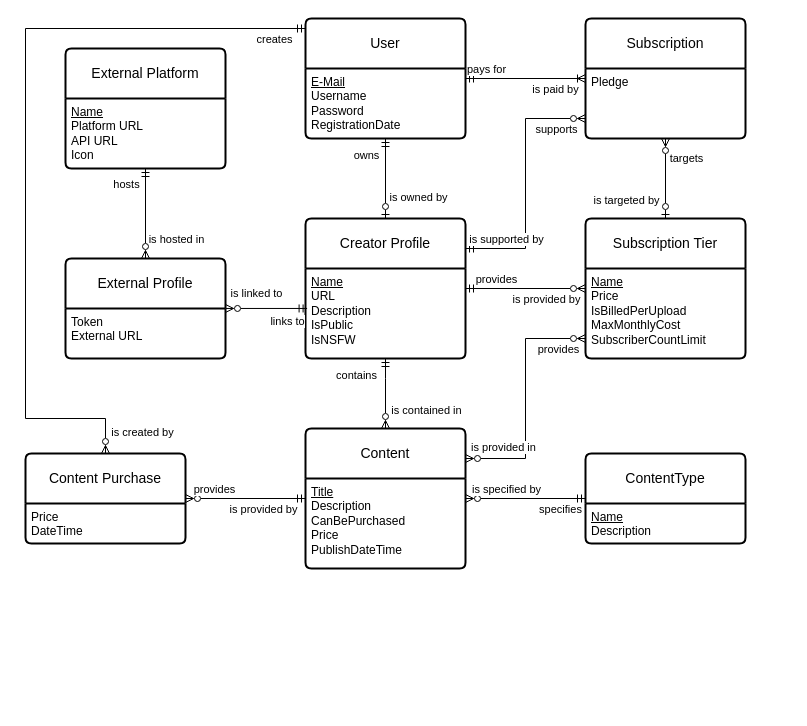
pkyurkchiev/software-modeling-and-analysis-se-pt keeps this draw.io diagram as page "Logical model (Crow's foot notation)" (2 of 2) of course-work/Implementations/Patreon/models/Patreon.drawio.xml. Above is the earlier version. Source tidied: cells renumbered, new cells numbered last; positions are measured from the earlier drawing's top-left corner, leaving out a move shared by most shapes. Both pictures are drawn from the tidied source at 100%, with x=0, y=0 at pixel (25, 18).
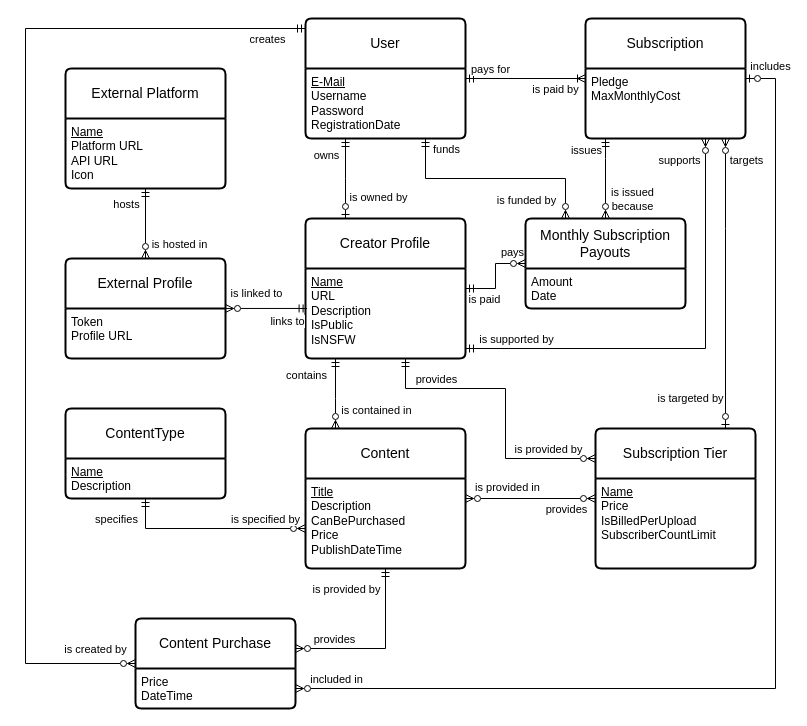
The same diagram, later.

Unchanged cells that the change refers to:
```xml
<mxCell id="2" value="&lt;div&gt;User&lt;/div&gt;" style="swimlane;horizontal=1;startSize=50;rounded=1;fontSize=14;fontStyle=0;strokeWidth=2;shadow=0;dashed=0;align=center;arcSize=4;whiteSpace=wrap;html=1;rotation=0;" parent="1" vertex="1">
  <mxGeometry x="280" width="160" height="120" as="geometry" />
</mxCell>
<mxCell id="3" value="&lt;u&gt;E-Mail&lt;/u&gt;&lt;br&gt;Username&lt;br&gt;&lt;div&gt;Password&lt;/div&gt;&lt;div&gt;RegistrationDate&lt;br&gt;&lt;/div&gt;" style="align=left;strokeColor=none;fillColor=none;spacingLeft=4;fontSize=12;verticalAlign=top;html=1;rotation=0;" parent="2" vertex="1">
  <mxGeometry y="50" width="160" height="70" as="geometry" />
</mxCell>
<mxCell id="4" value="Creator Profile" style="swimlane;horizontal=1;startSize=50;rounded=1;fontSize=14;fontStyle=0;strokeWidth=2;shadow=0;dashed=0;align=center;arcSize=4;whiteSpace=wrap;html=1;" parent="1" vertex="1">
  <mxGeometry x="280" y="200" width="160" height="140" as="geometry" />
</mxCell>
<mxCell id="11" style="edgeStyle=orthogonalEdgeStyle;rounded=0;jettySize=auto;html=1;endArrow=ERmandOne;endFill=0;startArrow=ERzeroToMany;startFill=0;" parent="1" edge="1" source="17" target="9">
  <mxGeometry relative="1" as="geometry" />
</mxCell>
<mxCell id="17" value="External Profile" style="swimlane;horizontal=1;startSize=50;rounded=1;fontSize=14;fontStyle=0;strokeWidth=2;shadow=0;dashed=0;align=center;arcSize=4;whiteSpace=wrap;html=1;" parent="1" vertex="1">
  <mxGeometry x="40" y="240" width="160" height="100" as="geometry" />
</mxCell>
<mxCell id="27" value="Content" style="swimlane;horizontal=1;startSize=50;rounded=1;fontSize=14;fontStyle=0;strokeWidth=2;shadow=0;dashed=0;align=center;arcSize=4;whiteSpace=wrap;html=1;" parent="1" vertex="1">
  <mxGeometry x="280" y="410" width="160" height="140" as="geometry" />
</mxCell>
<mxCell id="37" style="edgeStyle=orthogonalEdgeStyle;rounded=0;jettySize=auto;html=1;endArrow=ERmandOne;endFill=0;startArrow=ERoneToMany;startFill=0;" parent="1" edge="1" source="40" target="2">
  <mxGeometry relative="1" as="geometry" />
</mxCell>
<mxCell id="40" value="Subscription" style="swimlane;horizontal=1;startSize=50;rounded=1;fontSize=14;fontStyle=0;strokeWidth=2;shadow=0;dashed=0;align=center;arcSize=4;whiteSpace=wrap;html=1;" parent="1" vertex="1">
  <mxGeometry x="560" width="160" height="120" as="geometry" />
</mxCell>
```

Change to the diagram source:
```diff
@@
+    <mxCell id="56" style="edgeStyle=orthogonalEdgeStyle;rounded=0;jettySize=auto;html=1;startArrow=ERmandOne;startFill=0;endArrow=ERzeroToMany;endFill=0;" parent="1" edge="1" source="2" target="65">
+      <mxGeometry relative="1" as="geometry">
+        <Array as="points">
+          <mxPoint x="400" y="160" />
+          <mxPoint x="540" y="160" />
+        </Array>
+      </mxGeometry>
+    </mxCell>
+    <mxCell id="57" value="funds" style="edgeLabel;html=1;align=center;verticalAlign=middle;" parent="56" vertex="1">
+      <mxGeometry x="-0.91" relative="1" as="geometry">
+        <mxPoint x="20" as="offset" />
+      </mxGeometry>
+    </mxCell>
+    <mxCell id="58" value="is funded by" style="edgeLabel;html=1;align=center;verticalAlign=middle;" parent="56" vertex="1">
+      <mxGeometry x="0.76" y="1" relative="1" as="geometry">
+        <mxPoint x="-41" y="7" as="offset" />
+      </mxGeometry>
+    </mxCell>
@@
-    <mxCell id="6" style="edgeStyle=orthogonalEdgeStyle;rounded=0;jettySize=auto;html=1;entryX=0.5;entryY=0;entryDx=0;entryDy=0;endArrow=ERzeroToOne;endFill=0;startArrow=ERmandOne;startFill=0;exitX=0.5;exitY=1;exitDx=0;exitDy=0;" parent="1" edge="1" source="3" target="4">
-      <mxGeometry relative="1" as="geometry" />
+    <mxCell id="6" style="edgeStyle=orthogonalEdgeStyle;rounded=0;jettySize=auto;html=1;endArrow=ERzeroToOne;endFill=0;startArrow=ERmandOne;startFill=0;" parent="1" edge="1" source="2" target="4">
+      <mxGeometry relative="1" as="geometry">
+        <Array as="points">
+          <mxPoint x="320" y="160" />
+          <mxPoint x="320" y="160" />
+        </Array>
+      </mxGeometry>
     </mxCell>
@@
     <mxCell id="9" value="External Platform" style="swimlane;horizontal=1;startSize=50;rounded=1;fontSize=14;fontStyle=0;strokeWidth=2;shadow=0;dashed=0;align=center;arcSize=4;whiteSpace=wrap;html=1;" parent="1" vertex="1">
-      <mxGeometry x="40" y="30" width="160" height="120" as="geometry" />
+      <mxGeometry x="40" y="50" width="160" height="120" as="geometry" />
     </mxCell>
@@
     <mxCell id="12" value="hosts" style="edgeLabel;html=1;align=center;verticalAlign=middle;" parent="11" vertex="1">
       <mxGeometry x="0.66" relative="1" as="geometry">
-        <mxPoint x="-20" as="offset" />
+        <mxPoint x="-20" y="3" as="offset" />
       </mxGeometry>
     </mxCell>
     <mxCell id="13" value="is hosted in" style="edgeLabel;html=1;align=center;verticalAlign=middle;" parent="11" vertex="1">
       <mxGeometry x="-0.47" y="-1" relative="1" as="geometry">
-        <mxPoint x="29" y="4" as="offset" />
+        <mxPoint x="32" y="4" as="offset" />
       </mxGeometry>
     </mxCell>
@@
-    <mxCell id="18" value="&lt;div&gt;Token&lt;/div&gt;&lt;div&gt;External URL&lt;br&gt;&lt;/div&gt;" style="align=left;strokeColor=none;fillColor=none;spacingLeft=4;fontSize=12;verticalAlign=top;html=1;" parent="17" vertex="1">
+    <mxCell id="18" value="&lt;div&gt;Token&lt;/div&gt;&lt;div&gt;Profile URL&lt;br&gt;&lt;/div&gt;" style="align=left;strokeColor=none;fillColor=none;spacingLeft=4;fontSize=12;verticalAlign=top;html=1;" parent="17" vertex="1">
       <mxGeometry y="50" width="160" height="50" as="geometry" />
     </mxCell>
     <mxCell id="19" style="edgeStyle=orthogonalEdgeStyle;rounded=0;jettySize=auto;html=1;endArrow=ERmandOne;endFill=0;startArrow=ERzeroToMany;startFill=0;" parent="1" edge="1" source="22" target="4">
-      <mxGeometry relative="1" as="geometry" />
+      <mxGeometry relative="1" as="geometry">
+        <Array as="points">
+          <mxPoint x="480" y="440" />
+          <mxPoint x="480" y="370" />
+          <mxPoint x="380" y="370" />
+        </Array>
+      </mxGeometry>
     </mxCell>
     <mxCell id="20" value="provides" style="edgeLabel;html=1;align=center;verticalAlign=middle;" parent="19" vertex="1">
       <mxGeometry x="0.73" relative="1" as="geometry">
-        <mxPoint x="14" y="-10" as="offset" />
+        <mxPoint x="21" y="-10" as="offset" />
       </mxGeometry>
     </mxCell>
     <mxCell id="21" value="is provided by" style="edgeLabel;html=1;align=center;verticalAlign=middle;" parent="19" vertex="1">
       <mxGeometry x="-0.53" relative="1" as="geometry">
-        <mxPoint x="-12" y="10" as="offset" />
+        <mxPoint x="20" y="-10" as="offset" />
       </mxGeometry>
     </mxCell>
     <mxCell id="22" value="Subscription Tier" style="swimlane;horizontal=1;startSize=50;rounded=1;fontSize=14;fontStyle=0;strokeWidth=2;shadow=0;dashed=0;align=center;arcSize=4;whiteSpace=wrap;html=1;" parent="1" vertex="1">
-      <mxGeometry x="560" y="200" width="160" height="140" as="geometry" />
+      <mxGeometry x="570" y="410" width="160" height="140" as="geometry" />
     </mxCell>
-    <mxCell id="23" value="&lt;u&gt;Name&lt;/u&gt;&lt;br&gt;&lt;div&gt;Price&lt;br&gt;IsBilledPerUpload&lt;br&gt;MaxMonthlyCost&lt;/div&gt;&lt;div&gt;SubscriberCountLimit&lt;br&gt;&lt;/div&gt;" style="align=left;strokeColor=none;fillColor=none;spacingLeft=4;fontSize=12;verticalAlign=top;html=1;" parent="22" vertex="1">
+    <mxCell id="23" value="&lt;u&gt;Name&lt;/u&gt;&lt;br&gt;&lt;div&gt;Price&lt;br&gt;IsBilledPerUpload&lt;/div&gt;&lt;div&gt;SubscriberCountLimit&lt;br&gt;&lt;/div&gt;" style="align=left;strokeColor=none;fillColor=none;spacingLeft=4;fontSize=12;verticalAlign=top;html=1;" parent="22" vertex="1">
       <mxGeometry y="50" width="160" height="90" as="geometry" />
     </mxCell>
     <mxCell id="24" style="edgeStyle=orthogonalEdgeStyle;rounded=0;jettySize=auto;html=1;endArrow=ERmandOne;endFill=0;startArrow=ERzeroToMany;startFill=0;" parent="1" edge="1" source="27" target="4">
       <mxGeometry relative="1" as="geometry">
         <Array as="points">
-          <mxPoint x="360" y="360" />
-          <mxPoint x="360" y="360" />
+          <mxPoint x="310" y="380" />
+          <mxPoint x="310" y="380" />
         </Array>
       </mxGeometry>
     </mxCell>
@@
-    <mxCell id="29" style="edgeStyle=orthogonalEdgeStyle;rounded=0;jettySize=auto;html=1;endArrow=ERzeroToMany;endFill=0;startArrow=ERmandOne;startFill=0;" parent="1" edge="1" source="32" target="27">
-      <mxGeometry relative="1" as="geometry" />
+    <mxCell id="29" style="edgeStyle=orthogonalEdgeStyle;rounded=0;jettySize=auto;html=1;endArrow=ERzeroToMany;endFill=0;startArrow=ERmandOne;startFill=0;exitX=0.5;exitY=1;exitDx=0;exitDy=0;" parent="1" edge="1" source="32" target="27">
+      <mxGeometry relative="1" as="geometry">
+        <Array as="points">
+          <mxPoint x="120" y="510" />
+        </Array>
+      </mxGeometry>
     </mxCell>
     <mxCell id="30" value="is specified by" style="edgeLabel;html=1;align=center;verticalAlign=middle;" parent="29" vertex="1">
       <mxGeometry x="0.65" y="-1" relative="1" as="geometry">
-        <mxPoint x="19" y="-9" as="offset" />
+        <mxPoint x="-8" y="-11" as="offset" />
       </mxGeometry>
     </mxCell>
     <mxCell id="31" value="specifies" style="edgeLabel;html=1;align=center;verticalAlign=middle;" parent="29" vertex="1">
       <mxGeometry x="-0.65" y="1" relative="1" as="geometry">
-        <mxPoint x="-5" y="9" as="offset" />
+        <mxPoint x="-33" y="-9" as="offset" />
       </mxGeometry>
     </mxCell>
     <mxCell id="32" value="ContentType" style="swimlane;horizontal=1;startSize=50;rounded=1;fontSize=14;fontStyle=0;strokeWidth=2;shadow=0;dashed=0;align=center;arcSize=4;whiteSpace=wrap;html=1;" parent="1" vertex="1">
-      <mxGeometry x="560" y="435" width="160" height="90" as="geometry" />
+      <mxGeometry x="40" y="390" width="160" height="90" as="geometry" />
     </mxCell>
@@
     <mxCell id="34" style="edgeStyle=orthogonalEdgeStyle;rounded=0;jettySize=auto;html=1;endArrow=ERzeroToMany;endFill=0;startArrow=ERzeroToMany;startFill=0;" parent="1" edge="1" source="22" target="27">
-      <mxGeometry relative="1" as="geometry">
-        <Array as="points">
-          <mxPoint x="500" y="320" />
-          <mxPoint x="500" y="440" />
-        </Array>
-      </mxGeometry>
+      <mxGeometry relative="1" as="geometry" />
     </mxCell>
     <mxCell id="35" value="is provided in" style="edgeLabel;html=1;align=center;verticalAlign=middle;" parent="34" vertex="1">
       <mxGeometry x="0.73" y="1" relative="1" as="geometry">
-        <mxPoint x="5" y="-13" as="offset" />
+        <mxPoint x="23" y="-13" as="offset" />
       </mxGeometry>
     </mxCell>
     <mxCell id="36" value="provides" style="edgeLabel;html=1;align=center;verticalAlign=middle;" parent="34" vertex="1">
       <mxGeometry x="-0.86" y="1" relative="1" as="geometry">
-        <mxPoint x="-11" y="9" as="offset" />
+        <mxPoint x="-21" y="9" as="offset" />
       </mxGeometry>
     </mxCell>
@@
     <mxCell id="38" value="pays for" style="edgeLabel;html=1;align=center;verticalAlign=middle;" parent="37" vertex="1">
       <mxGeometry x="0.84" y="-2" relative="1" as="geometry">
-        <mxPoint x="10" y="-8" as="offset" />
+        <mxPoint x="14" y="-8" as="offset" />
       </mxGeometry>
     </mxCell>
@@
+    <mxCell id="59" style="edgeStyle=orthogonalEdgeStyle;rounded=0;jettySize=auto;html=1;startArrow=ERzeroToOne;startFill=0;endArrow=ERzeroToMany;endFill=0;" parent="1" edge="1" source="40" target="54">
+      <mxGeometry relative="1" as="geometry">
+        <Array as="points">
+          <mxPoint x="750" y="60" />
+          <mxPoint x="750" y="670" />
+        </Array>
+      </mxGeometry>
+    </mxCell>
+    <mxCell id="60" value="included in" style="edgeLabel;html=1;align=center;verticalAlign=middle;" parent="59" vertex="1">
+      <mxGeometry x="0.96" relative="1" as="geometry">
+        <mxPoint x="18" y="-10" as="offset" />
+      </mxGeometry>
+    </mxCell>
+    <mxCell id="61" value="includes" style="edgeLabel;html=1;align=center;verticalAlign=middle;" parent="59" vertex="1">
+      <mxGeometry x="-0.97" y="1" relative="1" as="geometry">
+        <mxPoint x="7" y="-12" as="offset" />
+      </mxGeometry>
+    </mxCell>
@@
-    <mxCell id="41" value="Pledge" style="align=left;strokeColor=none;fillColor=none;spacingLeft=4;fontSize=12;verticalAlign=top;html=1;" parent="40" vertex="1">
+    <mxCell id="41" value="Pledge&lt;br&gt;MaxMonthlyCost" style="align=left;strokeColor=none;fillColor=none;spacingLeft=4;fontSize=12;verticalAlign=top;html=1;" parent="40" vertex="1">
       <mxGeometry y="50" width="160" height="70" as="geometry" />
     </mxCell>
     <mxCell id="42" style="edgeStyle=orthogonalEdgeStyle;rounded=0;jettySize=auto;html=1;endArrow=ERmandOne;endFill=0;startArrow=ERzeroToMany;startFill=0;" parent="1" edge="1" source="40" target="4">
       <mxGeometry relative="1" as="geometry">
         <Array as="points">
-          <mxPoint x="500" y="100" />
-          <mxPoint x="500" y="230" />
+          <mxPoint x="680" y="330" />
         </Array>
       </mxGeometry>
     </mxCell>
     <mxCell id="43" value="supports" style="edgeLabel;html=1;align=center;verticalAlign=middle;" parent="42" vertex="1">
       <mxGeometry x="-0.78" relative="1" as="geometry">
-        <mxPoint x="-3" y="10" as="offset" />
+        <mxPoint x="-27" y="-28" as="offset" />
       </mxGeometry>
     </mxCell>
     <mxCell id="44" value="is supported by" style="edgeLabel;html=1;align=center;verticalAlign=middle;" parent="42" vertex="1">
       <mxGeometry x="0.87" y="2" relative="1" as="geometry">
-        <mxPoint x="24" y="-12" as="offset" />
+        <mxPoint x="21" y="-12" as="offset" />
       </mxGeometry>
     </mxCell>
     <mxCell id="45" style="edgeStyle=orthogonalEdgeStyle;rounded=0;jettySize=auto;html=1;endArrow=ERzeroToOne;endFill=0;startArrow=ERzeroToMany;startFill=0;" parent="1" edge="1" source="41" target="22">
-      <mxGeometry relative="1" as="geometry" />
+      <mxGeometry relative="1" as="geometry">
+        <Array as="points">
+          <mxPoint x="700" y="210" />
+          <mxPoint x="700" y="210" />
+        </Array>
+      </mxGeometry>
     </mxCell>
     <mxCell id="46" value="targets" style="edgeLabel;html=1;align=center;verticalAlign=middle;" parent="45" vertex="1">
       <mxGeometry x="-0.44" y="-1" relative="1" as="geometry">
-        <mxPoint x="21" y="-3" as="offset" />
+        <mxPoint x="21" y="-60" as="offset" />
       </mxGeometry>
     </mxCell>
     <mxCell id="47" value="is targeted by" style="edgeLabel;html=1;align=center;verticalAlign=middle;" parent="45" vertex="1">
       <mxGeometry x="0.52" relative="1" as="geometry">
-        <mxPoint x="-40" as="offset" />
+        <mxPoint x="-36" y="39" as="offset" />
       </mxGeometry>
     </mxCell>
     <mxCell id="48" style="edgeStyle=orthogonalEdgeStyle;rounded=0;jettySize=auto;html=1;endArrow=ERmandOne;endFill=0;startArrow=ERzeroToMany;startFill=0;" parent="1" edge="1" source="54" target="27">
-      <mxGeometry relative="1" as="geometry" />
+      <mxGeometry relative="1" as="geometry">
+        <Array as="points">
+          <mxPoint x="360" y="630" />
+        </Array>
+      </mxGeometry>
     </mxCell>
     <mxCell id="49" value="is provided by" style="edgeLabel;html=1;align=center;verticalAlign=middle;" parent="48" vertex="1">
       <mxGeometry x="0.68" y="-1" relative="1" as="geometry">
-        <mxPoint x="-24" y="9" as="offset" />
+        <mxPoint x="-41" y="-7" as="offset" />
       </mxGeometry>
     </mxCell>
@@
     <mxCell id="51" style="edgeStyle=orthogonalEdgeStyle;rounded=0;jettySize=auto;html=1;endArrow=ERmandOne;endFill=0;startArrow=ERzeroToMany;startFill=0;" parent="1" edge="1" source="54" target="2">
       <mxGeometry relative="1" as="geometry">
         <Array as="points">
-          <mxPoint x="80" y="400" />
-          <mxPoint y="400" />
+          <mxPoint y="645" />
           <mxPoint y="10" />
         </Array>
       </mxGeometry>
     </mxCell>
@@
     <mxCell id="53" value="is created by" style="edgeLabel;html=1;align=center;verticalAlign=middle;" parent="51" vertex="1">
       <mxGeometry x="-0.95" y="1" relative="1" as="geometry">
-        <mxPoint x="37" y="-2" as="offset" />
+        <mxPoint x="-15" y="-16" as="offset" />
       </mxGeometry>
     </mxCell>
     <mxCell id="54" value="Content Purchase" style="swimlane;horizontal=1;startSize=50;rounded=1;fontSize=14;fontStyle=0;strokeWidth=2;shadow=0;dashed=0;align=center;arcSize=4;whiteSpace=wrap;html=1;" parent="1" vertex="1">
-      <mxGeometry y="435" width="160" height="90" as="geometry" />
+      <mxGeometry x="110" y="600" width="160" height="90" as="geometry" />
     </mxCell>
@@
+    <mxCell id="62" style="edgeStyle=orthogonalEdgeStyle;rounded=0;jettySize=auto;html=1;endArrow=ERmandOne;endFill=0;startArrow=ERzeroToMany;startFill=0;" parent="1" edge="1" source="65" target="4">
+      <mxGeometry relative="1" as="geometry" />
+    </mxCell>
+    <mxCell id="63" value="is paid" style="edgeLabel;html=1;align=center;verticalAlign=middle;" parent="62" vertex="1">
+      <mxGeometry x="0.69" y="1" relative="1" as="geometry">
+        <mxPoint x="5" y="9" as="offset" />
+      </mxGeometry>
+    </mxCell>
+    <mxCell id="64" value="pays" style="edgeLabel;html=1;align=center;verticalAlign=middle;" parent="62" vertex="1">
+      <mxGeometry x="-0.66" y="1" relative="1" as="geometry">
+        <mxPoint y="-13" as="offset" />
+      </mxGeometry>
+    </mxCell>
+    <mxCell id="65" value="Monthly Subscription Payouts" style="swimlane;horizontal=1;startSize=50;rounded=1;fontSize=14;fontStyle=0;strokeWidth=2;shadow=0;dashed=0;align=center;arcSize=4;whiteSpace=wrap;html=1;" parent="1" vertex="1">
+      <mxGeometry x="500" y="200" width="160" height="90" as="geometry" />
+    </mxCell>
+    <mxCell id="66" value="&lt;div&gt;Amount&lt;/div&gt;&lt;div&gt;Date&lt;br&gt;&lt;/div&gt;" style="align=left;strokeColor=none;fillColor=none;spacingLeft=4;fontSize=12;verticalAlign=top;html=1;" parent="65" vertex="1">
+      <mxGeometry y="50" width="160" height="40" as="geometry" />
+    </mxCell>
+    <mxCell id="67" style="edgeStyle=orthogonalEdgeStyle;rounded=0;jettySize=auto;html=1;endArrow=ERzeroToMany;endFill=0;startArrow=ERmandOne;startFill=0;" parent="1" edge="1" source="41" target="65">
+      <mxGeometry relative="1" as="geometry">
+        <Array as="points">
+          <mxPoint x="580" y="140" />
+          <mxPoint x="580" y="140" />
+        </Array>
+      </mxGeometry>
+    </mxCell>
+    <mxCell id="68" value="issues" style="edgeLabel;html=1;align=center;verticalAlign=middle;" parent="67" vertex="1">
+      <mxGeometry x="-0.72" y="1" relative="1" as="geometry">
+        <mxPoint x="-21" as="offset" />
+      </mxGeometry>
+    </mxCell>
+    <mxCell id="69" value="is issued&lt;br&gt;because" style="edgeLabel;html=1;align=center;verticalAlign=middle;" parent="67" vertex="1">
+      <mxGeometry x="0.59" relative="1" as="geometry">
+        <mxPoint x="26" y="-4" as="offset" />
+      </mxGeometry>
+    </mxCell>
```
